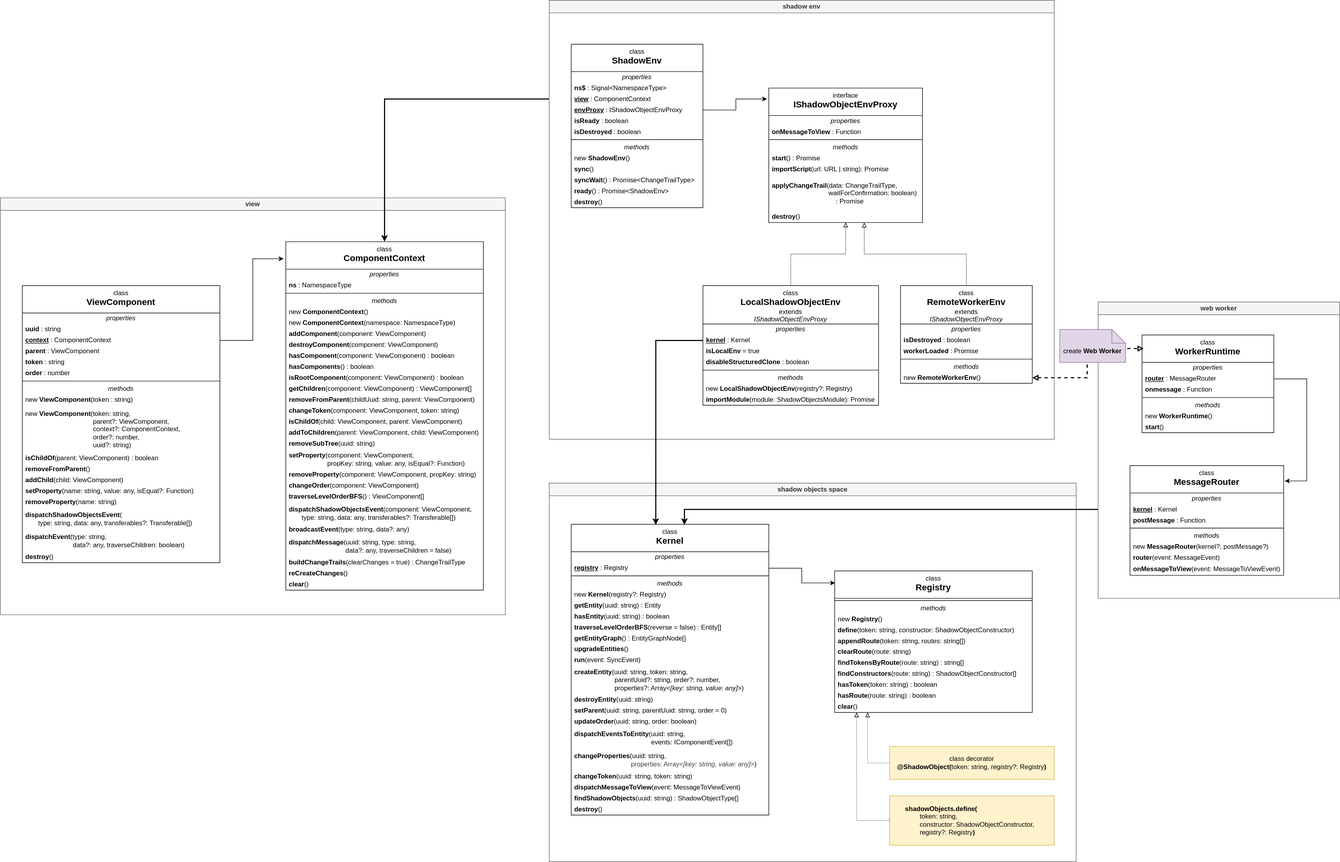
Earlier version of the draw.io export packages/shadow-objects/src/view/ClassGraphOverview.drawio.svg (spearwolf/shadow-objects). Source tidied: cells renumbered, new cells last; positions are measured from the earlier drawing's top-left corner, leaving out a move shared by most shapes.
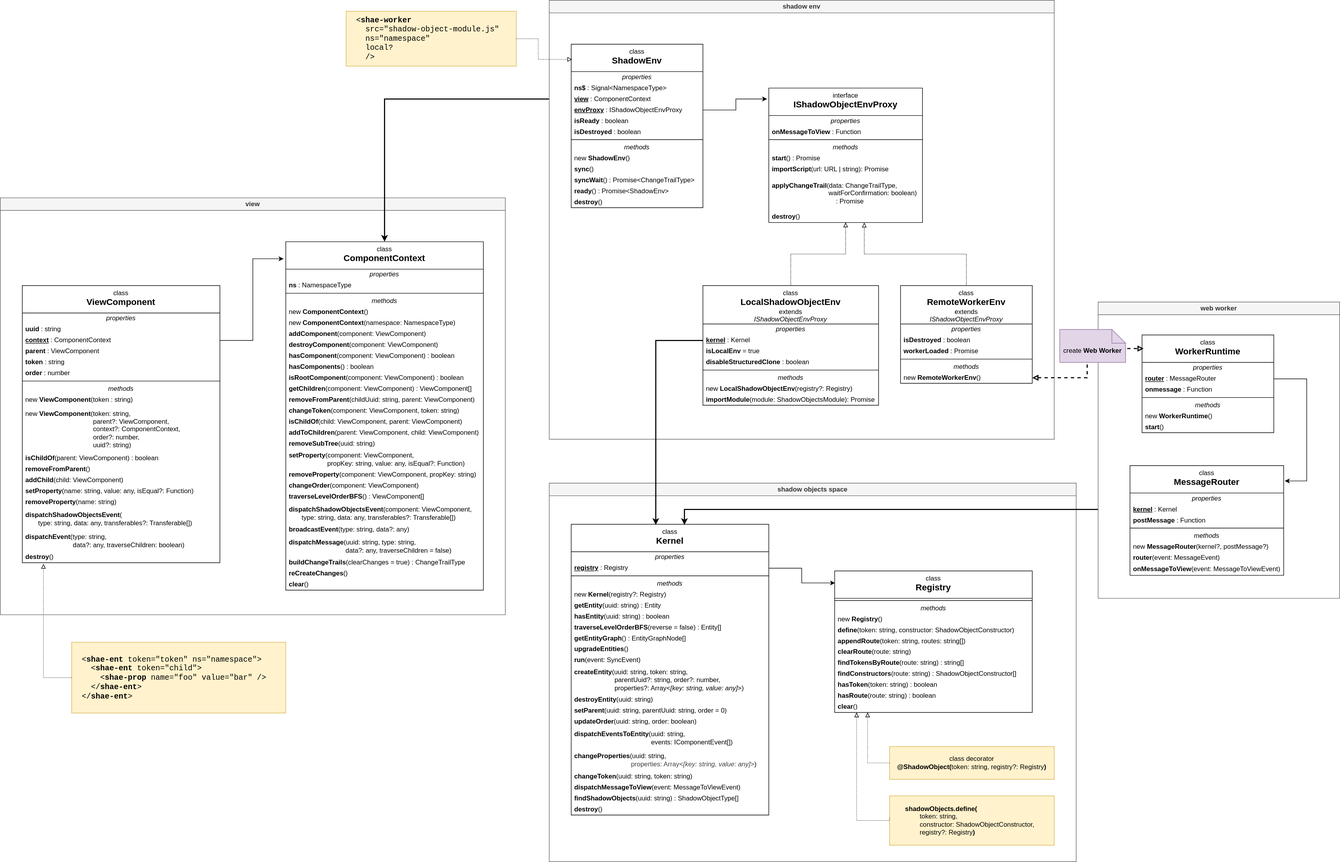
Above is the later version.

Commit message:
update class grpah overview

What changed in the source:
```diff
@@ -485,5 +485,26 @@
     <mxCell id="157" value="create &lt;span style=&quot;background-color: transparent;&quot;&gt;&lt;b&gt;Web Worker&lt;/b&gt;&lt;/span&gt;" style="shape=note2;boundedLbl=1;whiteSpace=wrap;html=1;size=25;verticalAlign=top;align=center;fillColor=#e1d5e7;strokeColor=#9673a6;" parent="1" vertex="1">
       <mxGeometry x="1930" y="600" width="120" height="60" as="geometry" />
     </mxCell>
+    <mxCell id="158" value="&amp;nbsp; &amp;lt;&lt;b&gt;shae-worker&lt;/b&gt;&lt;div&gt;&lt;span style=&quot;background-color: transparent;&quot;&gt;&amp;nbsp; &amp;nbsp; src=&quot;shadow-object-module.js&quot;&lt;/span&gt;&lt;/div&gt;&lt;div&gt;&lt;span style=&quot;background-color: transparent;&quot;&gt;&amp;nbsp; &amp;nbsp; ns=&quot;namespace&quot;&lt;/span&gt;&lt;/div&gt;&lt;div&gt;&lt;span style=&quot;background-color: transparent;&quot;&gt;&amp;nbsp; &amp;nbsp; local?&lt;/span&gt;&lt;/div&gt;&lt;div&gt;&lt;span style=&quot;background-color: transparent;&quot;&gt;&amp;nbsp; &amp;nbsp; /&amp;gt;&lt;/span&gt;&lt;/div&gt;" style="html=1;align=left;verticalAlign=middle;dashed=0;whiteSpace=wrap;fillColor=#fff2cc;strokeColor=#d6b656;fontFamily=Courier New;fontStyle=0;fontSize=14;" parent="1" vertex="1">
+      <mxGeometry x="630" y="20" width="310" height="100" as="geometry" />
+    </mxCell>
+    <mxCell id="159" style="edgeStyle=orthogonalEdgeStyle;html=1;dashed=1;dashPattern=1 2;endArrow=block;endFill=0;exitX=1;exitY=0.5;exitDx=0;exitDy=0;rounded=0;curved=0;entryX=0.007;entryY=0.093;entryDx=0;entryDy=0;entryPerimeter=0;" parent="1" edge="1" source="158" target="102">
+      <mxGeometry relative="1" as="geometry">
+        <Array as="points">
+          <mxPoint x="980" y="70" />
+          <mxPoint x="980" y="108" />
+        </Array>
+      </mxGeometry>
+    </mxCell>
+    <mxCell id="160" value="&amp;nbsp; &amp;lt;&lt;b&gt;shae-ent&amp;nbsp;&lt;/b&gt;&lt;span style=&quot;background-color: transparent;&quot;&gt;token=&quot;token&quot;&amp;nbsp;&lt;/span&gt;&lt;span style=&quot;background-color: transparent;&quot;&gt;ns=&quot;namespace&quot;&lt;/span&gt;&lt;span style=&quot;background-color: transparent;&quot;&gt;&amp;gt;&lt;/span&gt;&lt;div&gt;&lt;span style=&quot;color: rgb(0, 0, 0);&quot;&gt;&amp;nbsp; &amp;nbsp; &amp;lt;&lt;/span&gt;&lt;b&gt;shae-ent&amp;nbsp;&lt;/b&gt;&lt;span style=&quot;background-color: transparent;&quot;&gt;token=&quot;child&quot;&lt;/span&gt;&lt;span style=&quot;background-color: transparent;&quot;&gt;&amp;gt;&lt;/span&gt;&lt;span style=&quot;background-color: transparent;&quot;&gt;&lt;/span&gt;&lt;/div&gt;&lt;div&gt;&lt;span style=&quot;background-color: transparent;&quot;&gt;&amp;nbsp; &amp;nbsp; &amp;nbsp; &amp;lt;&lt;b&gt;shae-prop&lt;/b&gt; name=&quot;foo&quot; value=&quot;bar&quot; /&amp;gt;&lt;/span&gt;&lt;/div&gt;&lt;div&gt;&lt;span style=&quot;background-color: transparent;&quot;&gt;&amp;nbsp; &amp;nbsp; &amp;lt;/&lt;b&gt;shae-ent&lt;/b&gt;&amp;gt;&lt;/span&gt;&lt;/div&gt;&lt;div&gt;&lt;span style=&quot;background-color: transparent;&quot;&gt;&amp;nbsp; &amp;lt;/&lt;b&gt;shae-ent&lt;/b&gt;&amp;gt;&lt;/span&gt;&lt;/div&gt;" style="html=1;align=left;verticalAlign=middle;dashed=0;whiteSpace=wrap;fillColor=#fff2cc;strokeColor=#d6b656;fontFamily=Courier New;fontStyle=0;fontSize=14;" parent="1" vertex="1">
+      <mxGeometry x="130" y="1170" width="390" height="129" as="geometry" />
+    </mxCell>
+    <mxCell id="161" style="edgeStyle=orthogonalEdgeStyle;html=1;dashed=1;dashPattern=1 2;endArrow=block;endFill=0;exitX=0;exitY=0.5;exitDx=0;exitDy=0;rounded=0;curved=0;entryX=0.107;entryY=1.117;entryDx=0;entryDy=0;entryPerimeter=0;" parent="1" edge="1" source="160" target="61">
+      <mxGeometry relative="1" as="geometry">
+        <Array as="points">
+          <mxPoint x="79" y="1235" />
+        </Array>
+      </mxGeometry>
+    </mxCell>
   </root>
 </mxGraphModel>
```
